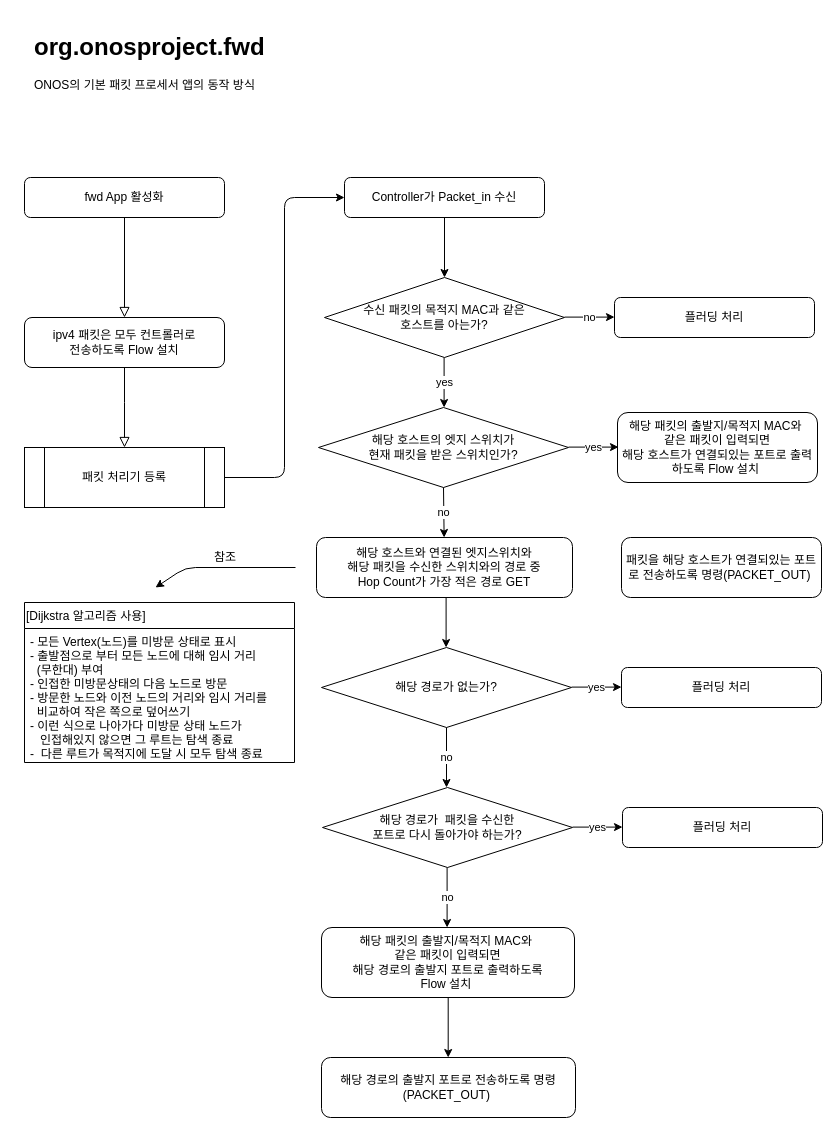
Before: page "순서도" (1 of 5) of fwd.drawio in gameLoading/blank__-, a draw.io diagram. Source tidied: cells renumbered, new cells numbered last; positions are measured from the earlier drawing's top-left corner, leaving out a move shared by most shapes. Both pictures are drawn from the tidied source at 100%, with x=0, y=0 at pixel (24, 27).
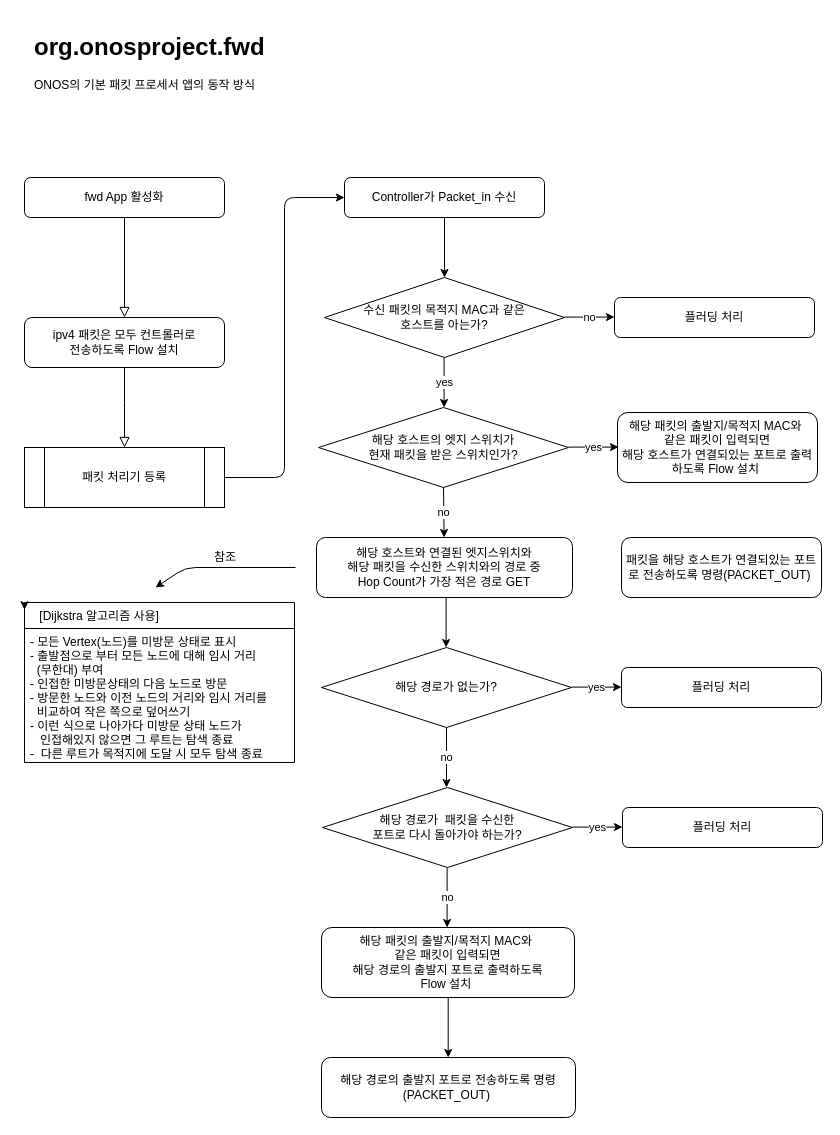
After the change.

What changed in the source:
```diff
@@
-    <mxCell id="33" value="[Dijkstra 알고리즘 사용]" style="swimlane;fontStyle=0;horizontal=1;startSize=26;fillColor=none;align=left;" parent="1" vertex="1">
+    <mxCell id="33" value="    [Dijkstra 알고리즘 사용]" style="swimlane;fontStyle=0;horizontal=1;startSize=26;fillColor=none;align=left;" parent="1" vertex="1">
       <mxGeometry y="575" width="270" height="160" as="geometry" />
     </mxCell>
@@
+    <mxCell id="37" style="edgeStyle=orthogonalEdgeStyle;rounded=0;orthogonalLoop=1;jettySize=auto;html=1;exitX=0;exitY=0;exitDx=0;exitDy=0;entryX=0;entryY=0.045;entryDx=0;entryDy=0;entryPerimeter=0;" parent="1" edge="1" source="33" target="33">
+      <mxGeometry relative="1" as="geometry" />
+    </mxCell>
```
